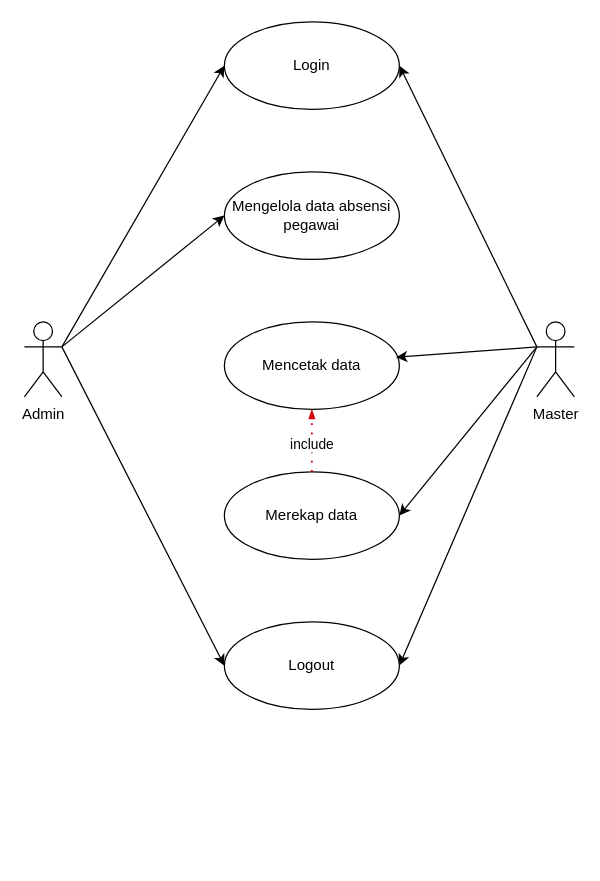
The draw.io diagram useCase.drawio in dzikfr/aplikasi-absensi-baharkam-2024, before the edit. Source tidied: cells renumbered, new cells numbered last; positions are measured from the earlier drawing's top-left corner, leaving out a move shared by most shapes. Both pictures are drawn from the tidied source at 125%, with x=0, y=0 at pixel (24, 21).
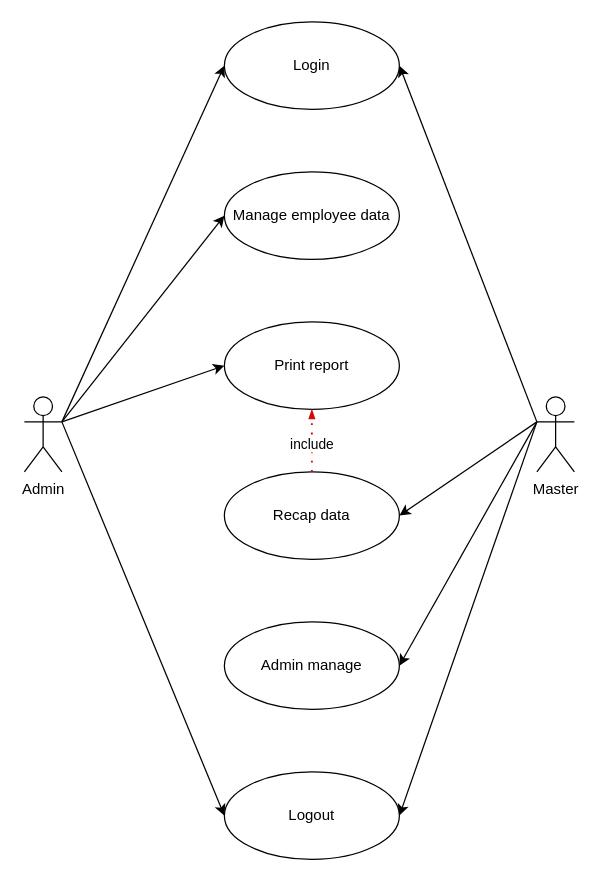
After the change.

Change to the diagram source:
```diff
@@
 <mxGraphModel>
   <root>
     <mxCell id="0" />
     <mxCell id="1" parent="0" />
     <mxCell id="2" style="rounded=0;jettySize=auto;html=1;exitX=1;exitY=0.3333333333333333;exitDx=0;exitDy=0;exitPerimeter=0;entryX=0;entryY=0.5;entryDx=0;entryDy=0;" parent="1" edge="1" source="5" target="10">
       <mxGeometry relative="1" as="geometry" />
     </mxCell>
     <mxCell id="3" style="rounded=0;jettySize=auto;html=1;exitX=1;exitY=0.3333333333333333;exitDx=0;exitDy=0;exitPerimeter=0;entryX=0;entryY=0.5;entryDx=0;entryDy=0;" parent="1" edge="1" source="5" target="11">
       <mxGeometry relative="1" as="geometry" />
     </mxCell>
     <mxCell id="4" style="rounded=0;jettySize=auto;html=1;exitX=1;exitY=0.3333333333333333;exitDx=0;exitDy=0;exitPerimeter=0;entryX=0;entryY=0.5;entryDx=0;entryDy=0;" parent="1" edge="1" source="5" target="15">
       <mxGeometry relative="1" as="geometry" />
     </mxCell>
+    <mxCell id="18" style="rounded=0;jettySize=auto;html=1;exitX=1;exitY=0.3333333333333333;exitDx=0;exitDy=0;exitPerimeter=0;entryX=0;entryY=0.5;entryDx=0;entryDy=0;" parent="1" edge="1" source="5" target="12">
+      <mxGeometry relative="1" as="geometry" />
+    </mxCell>
     <mxCell id="5" value="Admin" style="shape=umlActor;verticalLabelPosition=bottom;verticalAlign=top;html=1;outlineConnect=0;" parent="1" vertex="1">
-      <mxGeometry y="240" width="30" height="60" as="geometry" />
+      <mxGeometry y="300" width="30" height="60" as="geometry" />
     </mxCell>
     <mxCell id="6" style="rounded=0;jettySize=auto;html=1;exitX=0;exitY=0.3333333333333333;exitDx=0;exitDy=0;exitPerimeter=0;entryX=1;entryY=0.5;entryDx=0;entryDy=0;" parent="1" edge="1" source="9" target="10">
       <mxGeometry relative="1" as="geometry" />
     </mxCell>
     <mxCell id="7" style="rounded=0;jettySize=auto;html=1;exitX=0;exitY=0.3333333333333333;exitDx=0;exitDy=0;exitPerimeter=0;entryX=1;entryY=0.5;entryDx=0;entryDy=0;" parent="1" edge="1" source="9" target="15">
       <mxGeometry relative="1" as="geometry" />
     </mxCell>
     <mxCell id="8" style="rounded=0;jettySize=auto;html=1;exitX=0;exitY=0.3333333333333333;exitDx=0;exitDy=0;exitPerimeter=0;entryX=1;entryY=0.5;entryDx=0;entryDy=0;" parent="1" edge="1" source="9" target="13">
       <mxGeometry relative="1" as="geometry" />
     </mxCell>
+    <mxCell id="19" style="rounded=0;jettySize=auto;html=1;exitX=0;exitY=0.3333333333333333;exitDx=0;exitDy=0;exitPerimeter=0;entryX=1;entryY=0.5;entryDx=0;entryDy=0;" parent="1" edge="1" source="9" target="20">
+      <mxGeometry relative="1" as="geometry" />
+    </mxCell>
     <mxCell id="9" value="Master" style="shape=umlActor;verticalLabelPosition=bottom;verticalAlign=top;html=1;outlineConnect=0;" parent="1" vertex="1">
-      <mxGeometry x="410" y="240" width="30" height="60" as="geometry" />
+      <mxGeometry x="410" y="300" width="30" height="60" as="geometry" />
     </mxCell>
     <mxCell id="10" value="Login" style="ellipse;whiteSpace=wrap;html=1;" parent="1" vertex="1">
       <mxGeometry x="160" width="140" height="70" as="geometry" />
     </mxCell>
-    <mxCell id="11" value="Mengelola data absensi pegawai" style="ellipse;whiteSpace=wrap;html=1;" parent="1" vertex="1">
+    <mxCell id="11" value="Manage employee data" style="ellipse;whiteSpace=wrap;html=1;" parent="1" vertex="1">
       <mxGeometry x="160" y="120" width="140" height="70" as="geometry" />
     </mxCell>
-    <mxCell id="12" value="Mencetak data" style="ellipse;whiteSpace=wrap;html=1;" parent="1" vertex="1">
+    <mxCell id="12" value="Print report" style="ellipse;whiteSpace=wrap;html=1;" parent="1" vertex="1">
       <mxGeometry x="160" y="240" width="140" height="70" as="geometry" />
     </mxCell>
-    <mxCell id="13" value="Merekap data" style="ellipse;whiteSpace=wrap;html=1;" parent="1" vertex="1">
+    <mxCell id="13" value="Recap data" style="ellipse;whiteSpace=wrap;html=1;" parent="1" vertex="1">
       <mxGeometry x="160" y="360" width="140" height="70" as="geometry" />
     </mxCell>
-    <mxCell id="14" style="rounded=0;jettySize=auto;html=1;exitX=0;exitY=0.3333333333333333;exitDx=0;exitDy=0;exitPerimeter=0;entryX=0.981;entryY=0.405;entryDx=0;entryDy=0;entryPerimeter=0;" parent="1" edge="1" source="9" target="12">
-      <mxGeometry relative="1" as="geometry" />
-    </mxCell>
     <mxCell id="15" value="Logout" style="ellipse;whiteSpace=wrap;html=1;" parent="1" vertex="1">
-      <mxGeometry x="160" y="480" width="140" height="70" as="geometry" />
+      <mxGeometry x="160" y="600" width="140" height="70" as="geometry" />
     </mxCell>
     <mxCell id="16" style="endArrow=blockThin;html=1;strokeColor=#d20a0a;rounded=0;endFill=1;endSize=4;startArrow=none;startFill=0;startSize=4;jumpStyle=none;jumpSize=0;targetPerimeterSpacing=15;dashed=1;strokeWidth=1.5;dashPattern=1 4;exitX=0.5;exitY=0;exitDx=0;exitDy=0;entryX=0.5;entryY=1;entryDx=0;entryDy=0;" parent="1" edge="1" source="13" target="12">
       <mxGeometry relative="1" as="geometry" />
     </mxCell>
     <mxCell id="17" value="include" style="edgeLabel;html=1;align=center;verticalAlign=middle;" parent="16" vertex="1">
       <mxGeometry x="-0.09" y="1" relative="1" as="geometry" />
     </mxCell>
+    <mxCell id="20" value="Admin manage" style="ellipse;whiteSpace=wrap;html=1;" parent="1" vertex="1">
+      <mxGeometry x="160" y="480" width="140" height="70" as="geometry" />
+    </mxCell>
   </root>
 </mxGraphModel>
```
